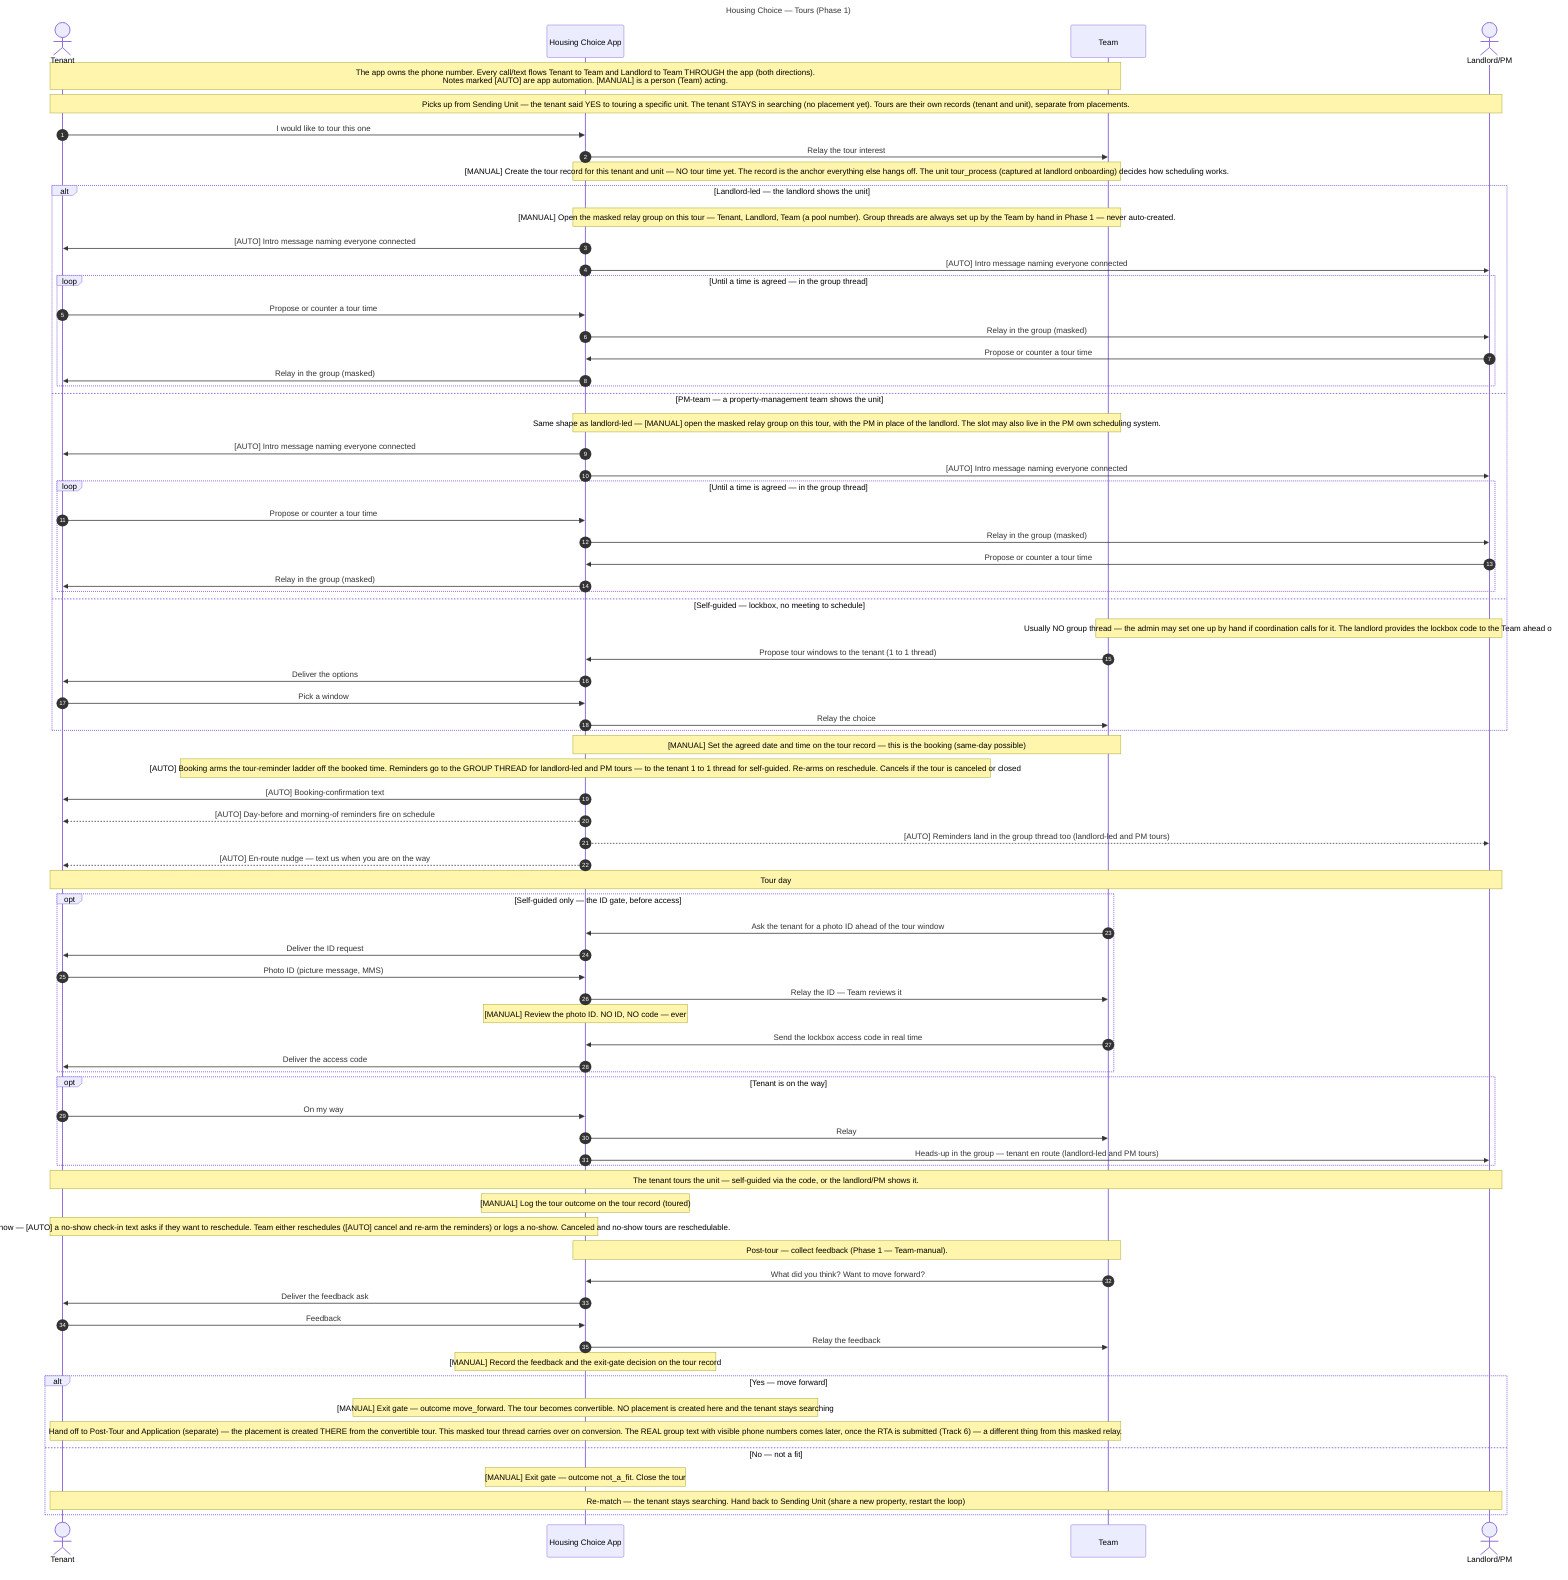
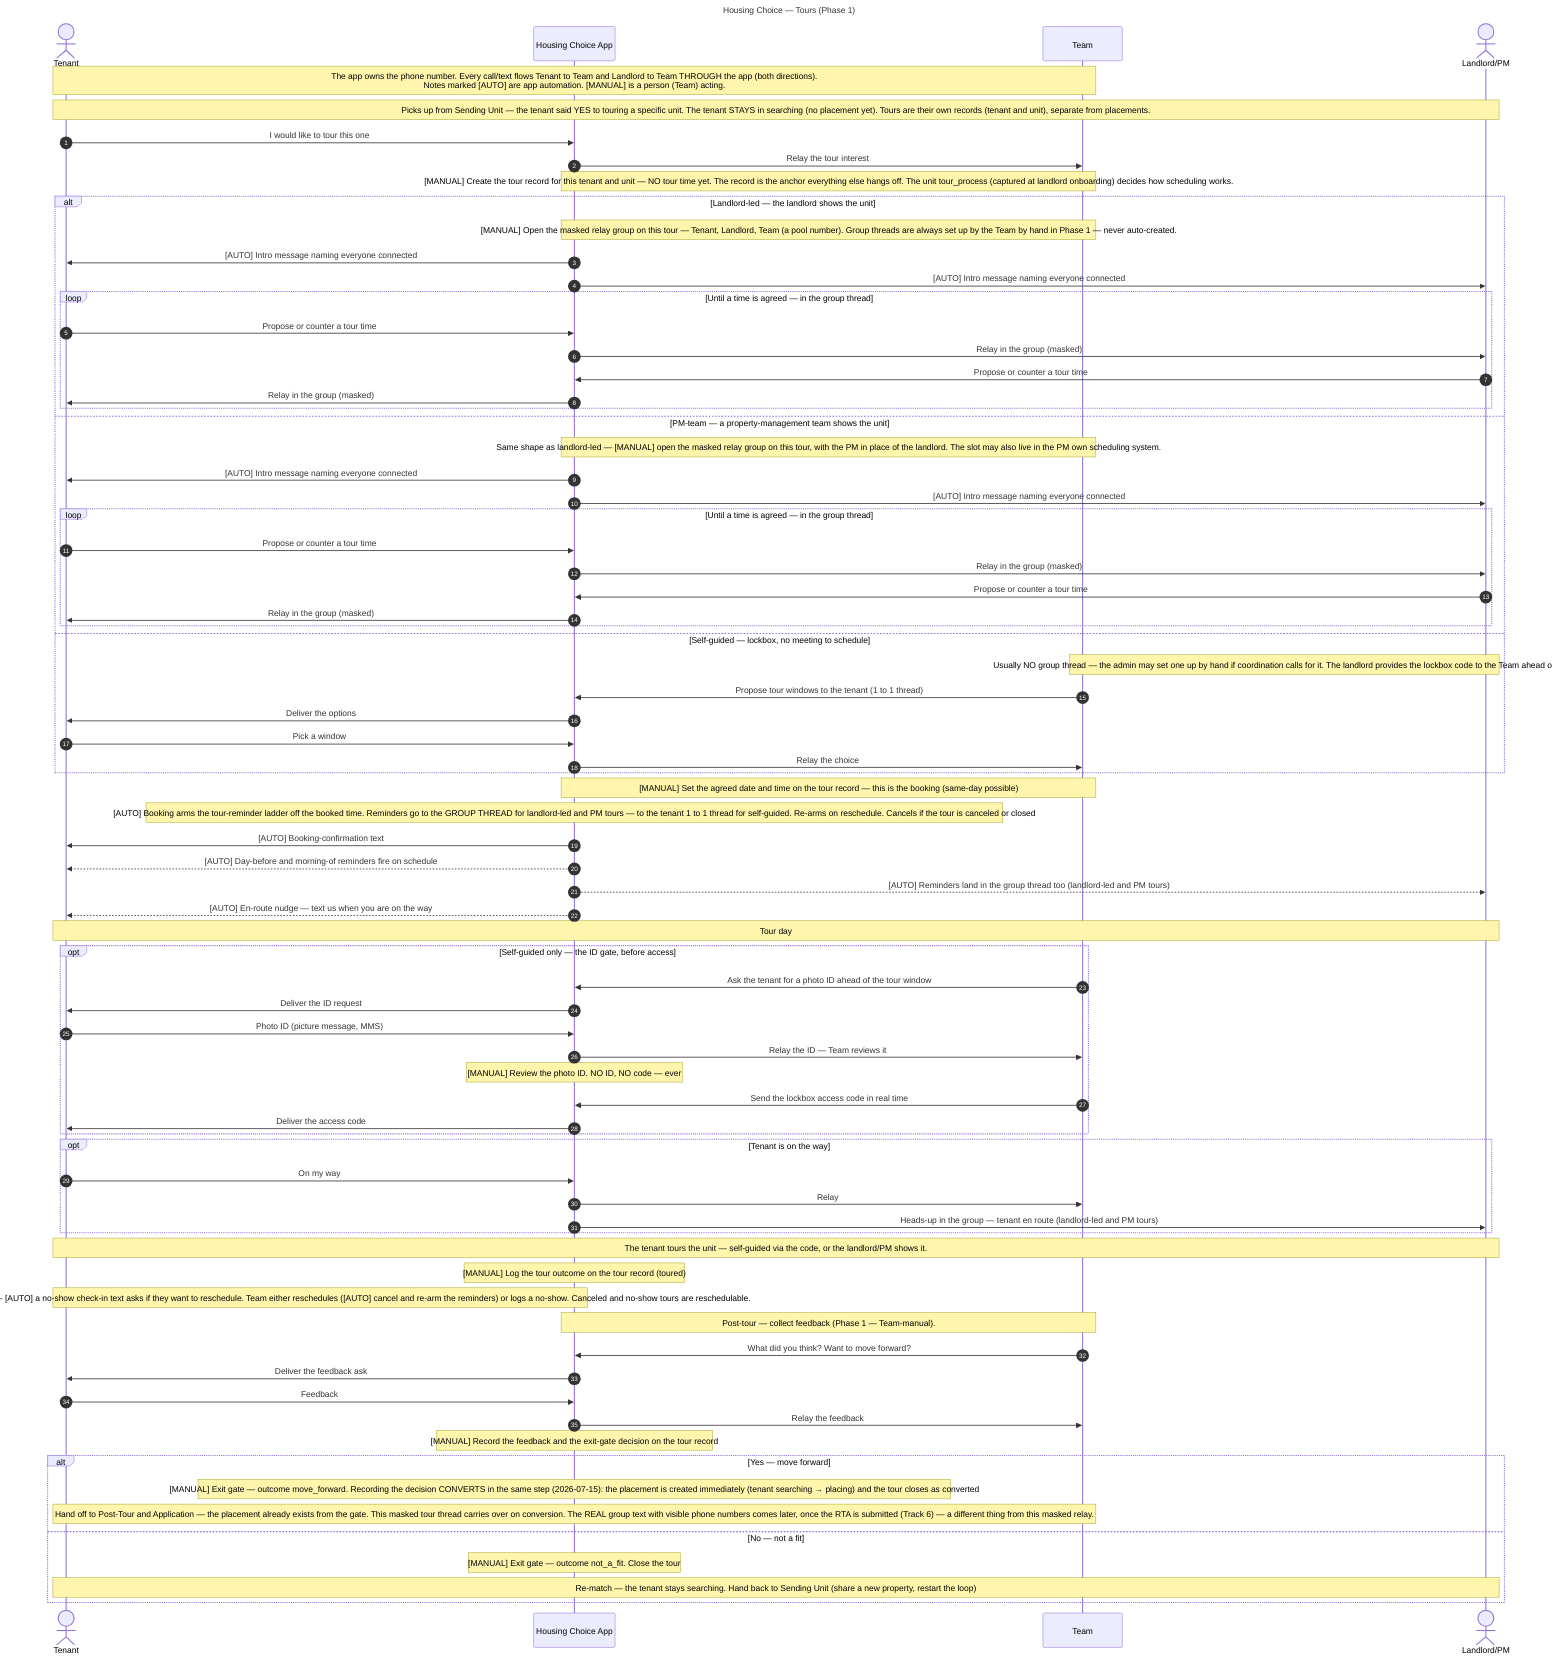
---
title: Housing Choice — Tours (Phase 1)
---
sequenceDiagram
    autonumber
    %% 2026-07-08: the 'confirmed' TOUR STATUS was removed (scheduled covers it).
    %% This diagram was already confirmed-free; the "Booking-confirmation text"
    %% below is a reminder-ladder MESSAGE (the confirmation rung), not a status.
    actor T as Tenant
    participant A as Housing Choice App
    participant S as Team
    actor L as Landlord/PM
    Note over T,S: The app owns the phone number. Every call/text flows Tenant to Team and Landlord to Team THROUGH the app (both directions).<br/>Notes marked [AUTO] are app automation. [MANUAL] is a person (Team) acting.
    Note over T,L: Picks up from Sending Unit — the tenant said YES to touring a specific unit. The tenant STAYS in searching (no placement yet). Tours are their own records (tenant and unit), separate from placements.

    T->>A: I would like to tour this one
    A->>S: Relay the tour interest
    Note over S,A: [MANUAL] Create the tour record for this tenant and unit — NO tour time yet. The record is the anchor everything else hangs off. The unit tour_process (captured at landlord onboarding) decides how scheduling works.

    alt Landlord-led — the landlord shows the unit
        Note over S,A: [MANUAL] Open the masked relay group on this tour — Tenant, Landlord, Team (a pool number). Group threads are always set up by the Team by hand in Phase 1 — never auto-created.
        A->>T: [AUTO] Intro message naming everyone connected
        A->>L: [AUTO] Intro message naming everyone connected
        loop Until a time is agreed — in the group thread
            T->>A: Propose or counter a tour time
            A->>L: Relay in the group (masked)
            L->>A: Propose or counter a tour time
            A->>T: Relay in the group (masked)
        end
    else PM-team — a property-management team shows the unit
        Note over S,A: Same shape as landlord-led — [MANUAL] open the masked relay group on this tour, with the PM in place of the landlord. The slot may also live in the PM own scheduling system.
        A->>T: [AUTO] Intro message naming everyone connected
        A->>L: [AUTO] Intro message naming everyone connected
        loop Until a time is agreed — in the group thread
            T->>A: Propose or counter a tour time
            A->>L: Relay in the group (masked)
            L->>A: Propose or counter a tour time
            A->>T: Relay in the group (masked)
        end
    else Self-guided — lockbox, no meeting to schedule
        Note over S,L: Usually NO group thread — the admin may set one up by hand if coordination calls for it. The landlord provides the lockbox code to the Team ahead of time.
        S->>A: Propose tour windows to the tenant (1 to 1 thread)
        A->>T: Deliver the options
        T->>A: Pick a window
        A->>S: Relay the choice
    end

    Note over S,A: [MANUAL] Set the agreed date and time on the tour record — this is the booking (same-day possible)
    Note over A: [AUTO] Booking arms the tour-reminder ladder off the booked time. Reminders go to the GROUP THREAD for landlord-led and PM tours — to the tenant 1 to 1 thread for self-guided. Re-arms on reschedule. Cancels if the tour is canceled or closed
    A->>T: [AUTO] Booking-confirmation text
    A-->>T: [AUTO] Day-before and morning-of reminders fire on schedule
    A-->>L: [AUTO] Reminders land in the group thread too (landlord-led and PM tours)
    A-->>T: [AUTO] En-route nudge — text us when you are on the way

    Note over T,L: Tour day
    opt Self-guided only — the ID gate, before access
        S->>A: Ask the tenant for a photo ID ahead of the tour window
        A->>T: Deliver the ID request
        T->>A: Photo ID (picture message, MMS)
        A->>S: Relay the ID — Team reviews it
        Note over A: [MANUAL] Review the photo ID. NO ID, NO code — ever
        S->>A: Send the lockbox access code in real time
        A->>T: Deliver the access code
    end
    opt Tenant is on the way
        T->>A: On my way
        A->>S: Relay
        A->>L: Heads-up in the group — tenant en route (landlord-led and PM tours)
    end
    Note over T,L: The tenant tours the unit — self-guided via the code, or the landlord/PM shows it.
    Note over A: [MANUAL] Log the tour outcome on the tour record (toured)
    Note over T,A: If the tenant does not show — [AUTO] a no-show check-in text asks if they want to reschedule. Team either reschedules ([AUTO] cancel and re-arm the reminders) or logs a no-show. Canceled and no-show tours are reschedulable.

    Note over S,A: Post-tour — collect feedback (Phase 1 — Team-manual).
    S->>A: What did you think? Want to move forward?
    A->>T: Deliver the feedback ask
    T->>A: Feedback
    A->>S: Relay the feedback
    Note over A: [MANUAL] Record the feedback and the exit-gate decision on the tour record
    alt Yes — move forward
-         Note over A: [MANUAL] Exit gate — outcome move_forward. The tour becomes convertible. NO placement is created here and the tenant stays searching
-         Note over T,S: Hand off to Post-Tour and Application (separate) — the placement is created THERE from the convertible tour. This masked tour thread carries over on conversion. The REAL group text with visible phone numbers comes later, once the RTA is submitted (Track 6) — a different thing from this masked relay.
+         Note over A: [MANUAL] Exit gate — outcome move_forward. Recording the decision CONVERTS in the same step (2026-07-15): the placement is created immediately (tenant searching → placing) and the tour closes as converted
+         Note over T,S: Hand off to Post-Tour and Application — the placement already exists from the gate. This masked tour thread carries over on conversion. The REAL group text with visible phone numbers comes later, once the RTA is submitted (Track 6) — a different thing from this masked relay.
    else No — not a fit
        Note over A: [MANUAL] Exit gate — outcome not_a_fit. Close the tour
        Note over T,L: Re-match — the tenant stays searching. Hand back to Sending Unit (share a new property, restart the loop)
    end
